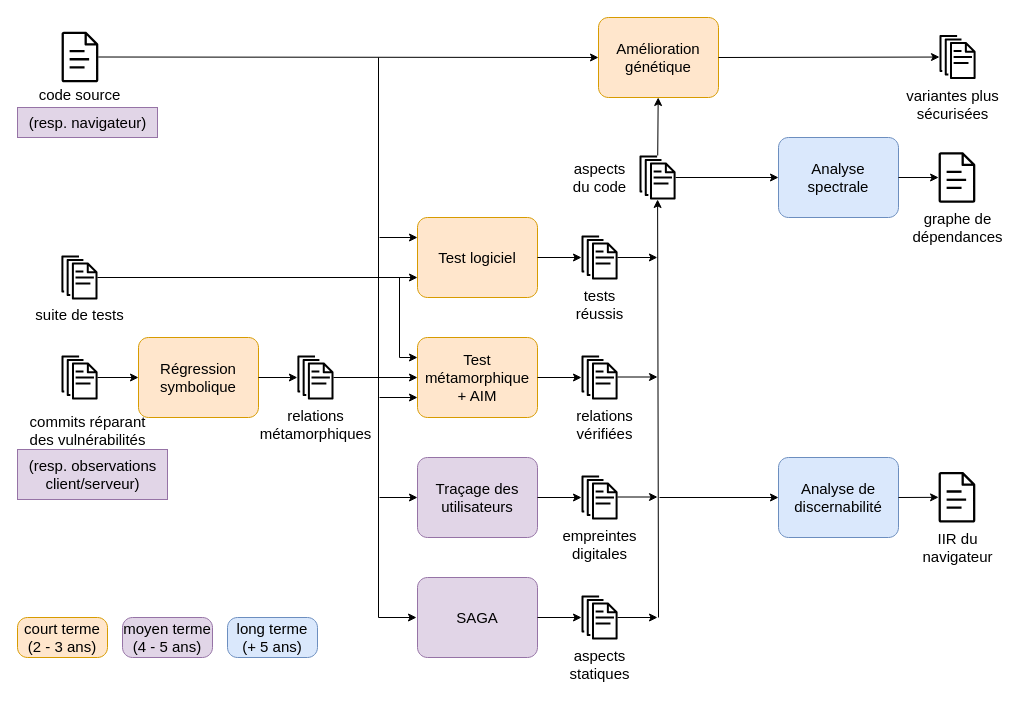
Earlier version of the draw.io diagram researchProject2025.drawio (yoann-marquer/Diagrams). Source tidied: cells renumbered, new cells numbered last; positions are measured from the earlier drawing's top-left corner, leaving out a move shared by most shapes. Both pictures are drawn from the tidied source at 100%, with x=0, y=0 at pixel (17, 17).
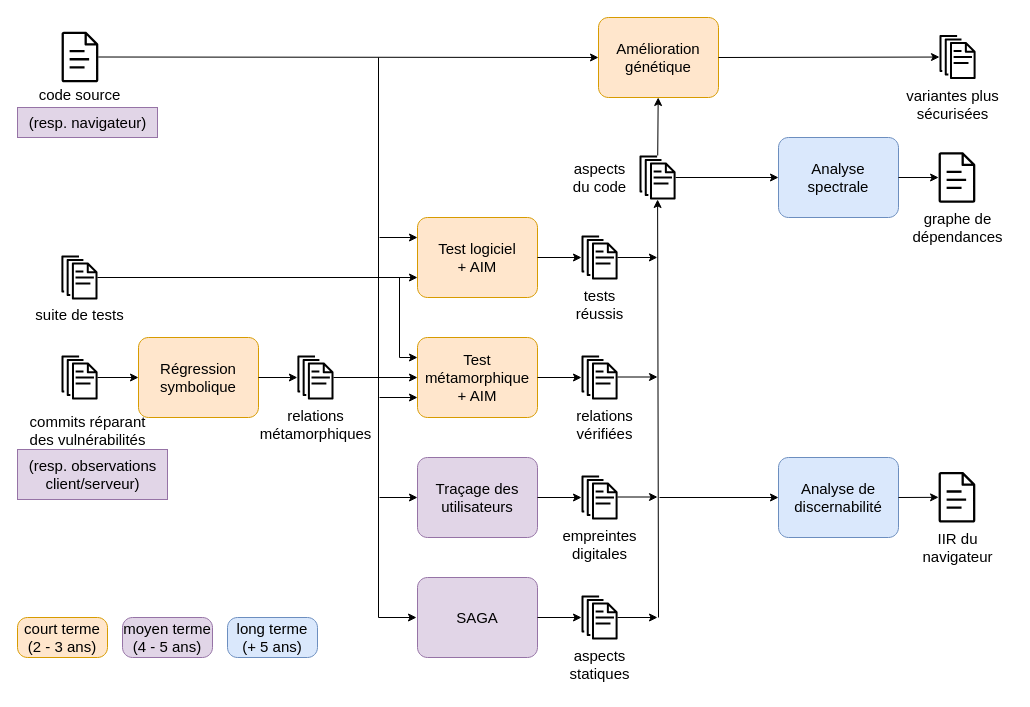
The same page after the edit.

Commit message:
maj test logiciel

Change to the diagram source:
```diff
@@
-    <mxCell id="8" value="Test logiciel" style="points=[[0.25,0,0],[0.5,0,0],[0.75,0,0],[1,0.25,0],[1,0.5,0],[1,0.75,0],[0.75,1,0],[0.5,1,0],[0.25,1,0],[0,0.75,0],[0,0.5,0],[0,0.25,0]];shape=mxgraph.bpmn.task;whiteSpace=wrap;rectStyle=rounded;size=10;html=1;taskMarker=abstract;strokeColor=#d79b00;fontSize=15;fillColor=#ffe6cc;" parent="1" vertex="1">
+    <mxCell id="8" value="Test logiciel&lt;br&gt;+ AIM" style="points=[[0.25,0,0],[0.5,0,0],[0.75,0,0],[1,0.25,0],[1,0.5,0],[1,0.75,0],[0.75,1,0],[0.5,1,0],[0.25,1,0],[0,0.75,0],[0,0.5,0],[0,0.25,0]];shape=mxgraph.bpmn.task;whiteSpace=wrap;rectStyle=rounded;size=10;html=1;taskMarker=abstract;strokeColor=#d79b00;fontSize=15;fillColor=#ffe6cc;" parent="1" vertex="1">
       <mxGeometry x="400" y="200" width="120" height="80" as="geometry" />
     </mxCell>
```
